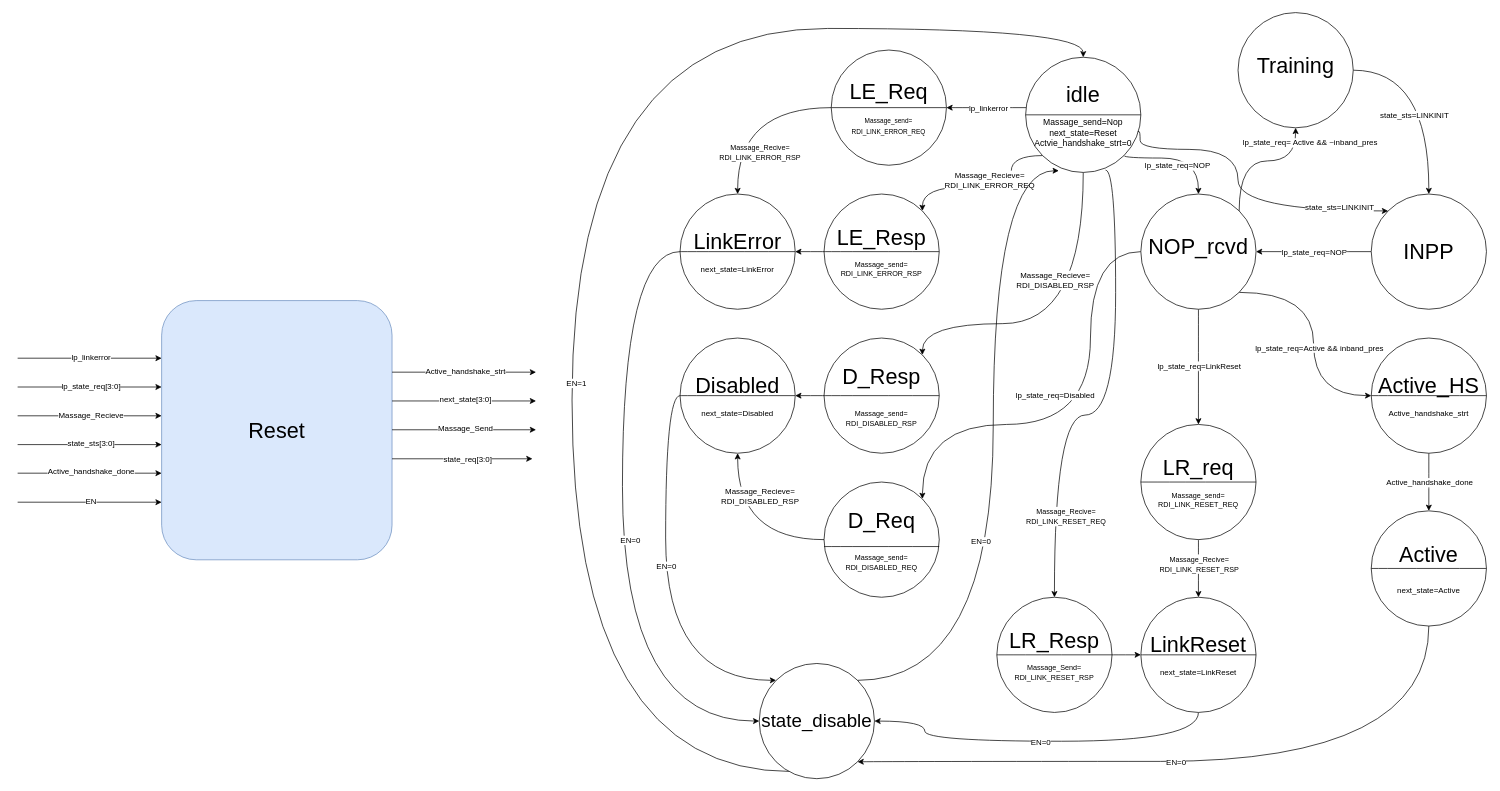
AbdallahMoSalah/UCIe-3.0-PHY-layer keeps this draw.io diagram as page "Reset state" (15 of 23) of docs/SM/RDI_SM/RDI SM.drawio. Above is the earlier version. Source tidied: cells renumbered, new cells numbered last; positions are measured from the earlier drawing's top-left corner, leaving out a move shared by most shapes. Both pictures are drawn from the tidied source at 72%, with x=0, y=0 at pixel (17, 12).
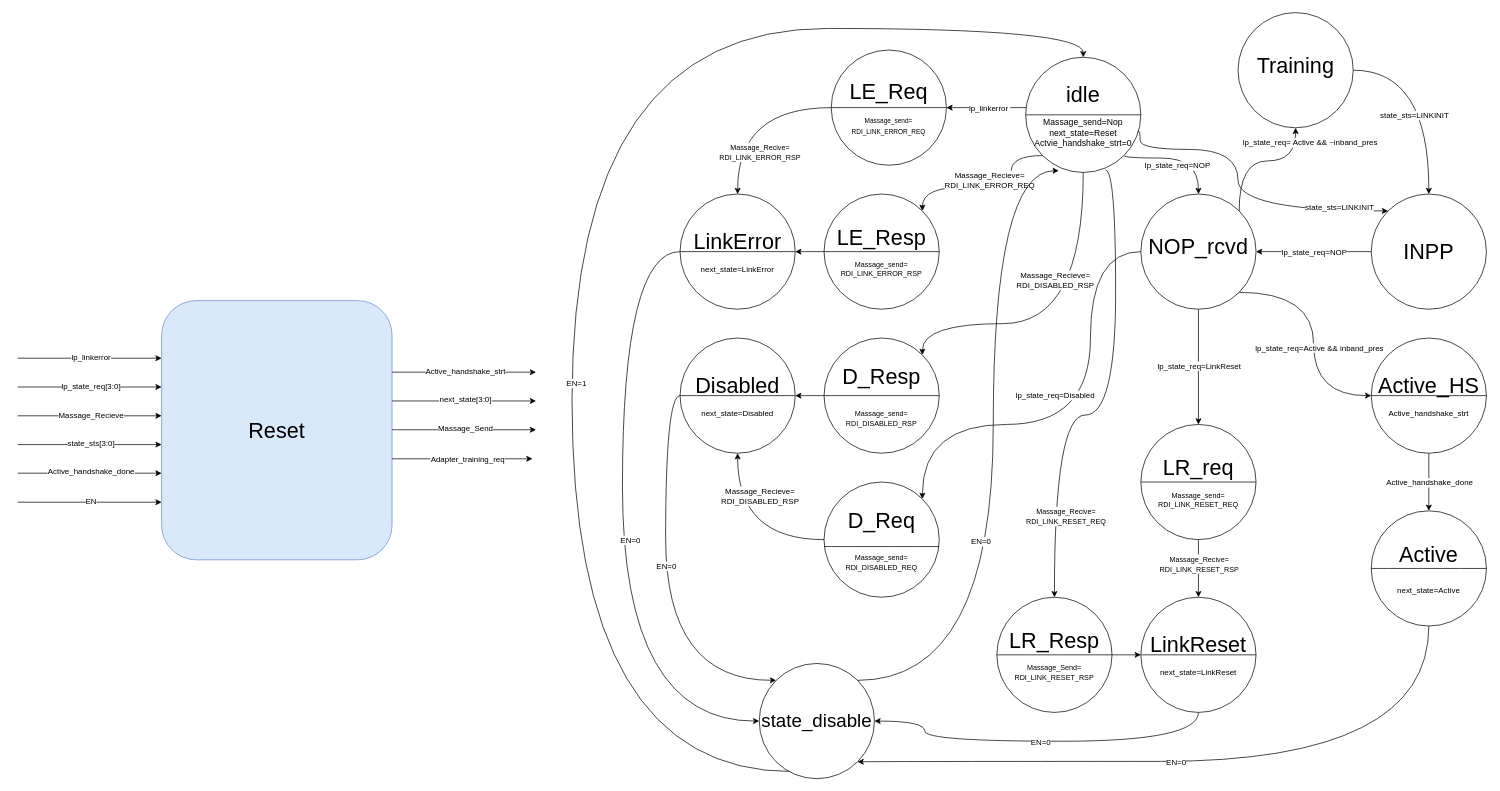
Above is the later version.

Unchanged cells that the change refers to:
```xml
<mxCell id="95" style="endArrow=classic;html=1;rounded=0;strokeColor=default;align=center;verticalAlign=middle;fontFamily=Helvetica;fontSize=11;fontColor=default;labelBackgroundColor=default;" parent="1" edge="1">
  <mxGeometry relative="1" as="geometry">
    <mxPoint x="520" y="619.7" as="sourcePoint" />
    <mxPoint x="715" y="619.7" as="targetPoint" />
  </mxGeometry>
</mxCell>
```

Change to the diagram source:
```diff
@@
-    <mxCell id="96" value="state_req[3:0]" style="edgeLabel;html=1;align=center;verticalAlign=middle;fontFamily=Helvetica;fontSize=11;fontColor=default;labelBackgroundColor=default;" parent="95" vertex="1">
+    <mxCell id="96" value="Adapter_training_req" style="edgeLabel;html=1;align=center;verticalAlign=middle;fontFamily=Helvetica;fontSize=11;fontColor=default;labelBackgroundColor=default;" parent="95" vertex="1">
       <mxGeometry x="0.07" y="-4" relative="1" as="geometry">
         <mxPoint y="-4" as="offset" />
       </mxGeometry>
     </mxCell>
```
